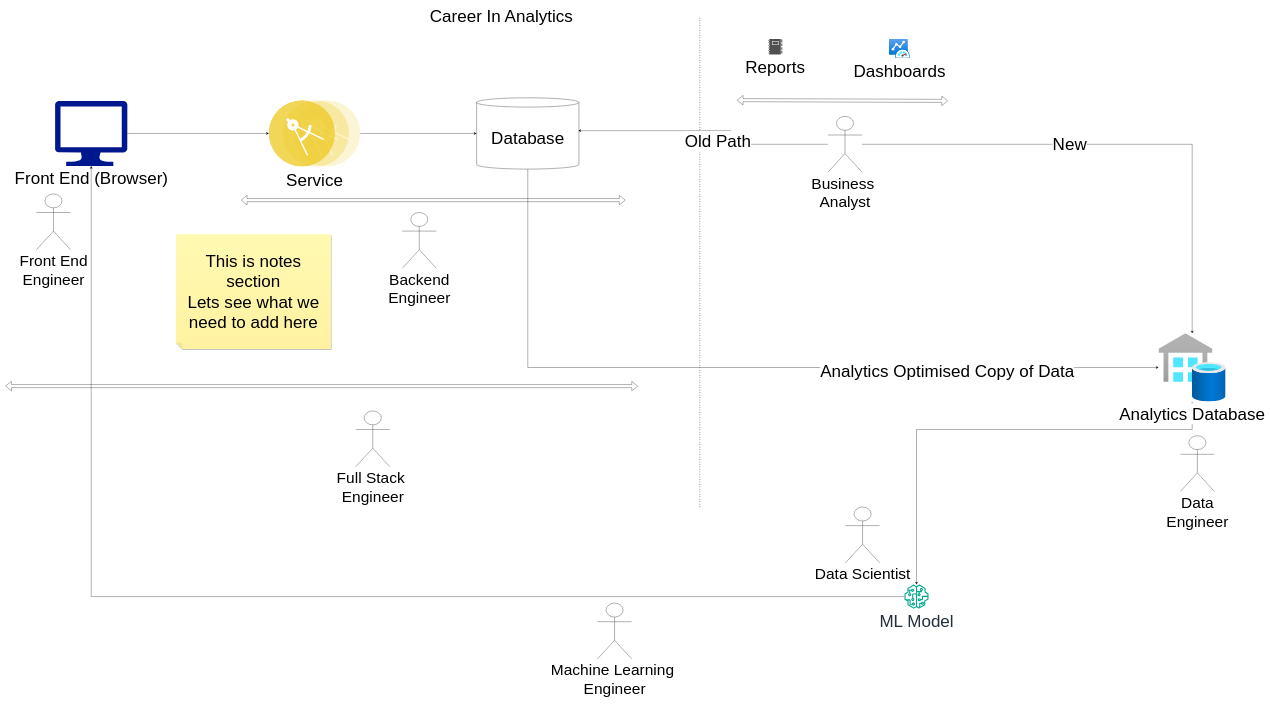
This is page "Presentation" (3 of 3) of talks/iit-b/Career In Analytics.drawio from aTechGuide/draw.io, a draw.io file, before an edit. Source tidied: cells renumbered, new cells numbered last; positions are measured from the earlier drawing's top-left corner, leaving out a move shared by most shapes. Both pictures are drawn from the tidied source at 31%, with x=0, y=0 at pixel (5, 11).
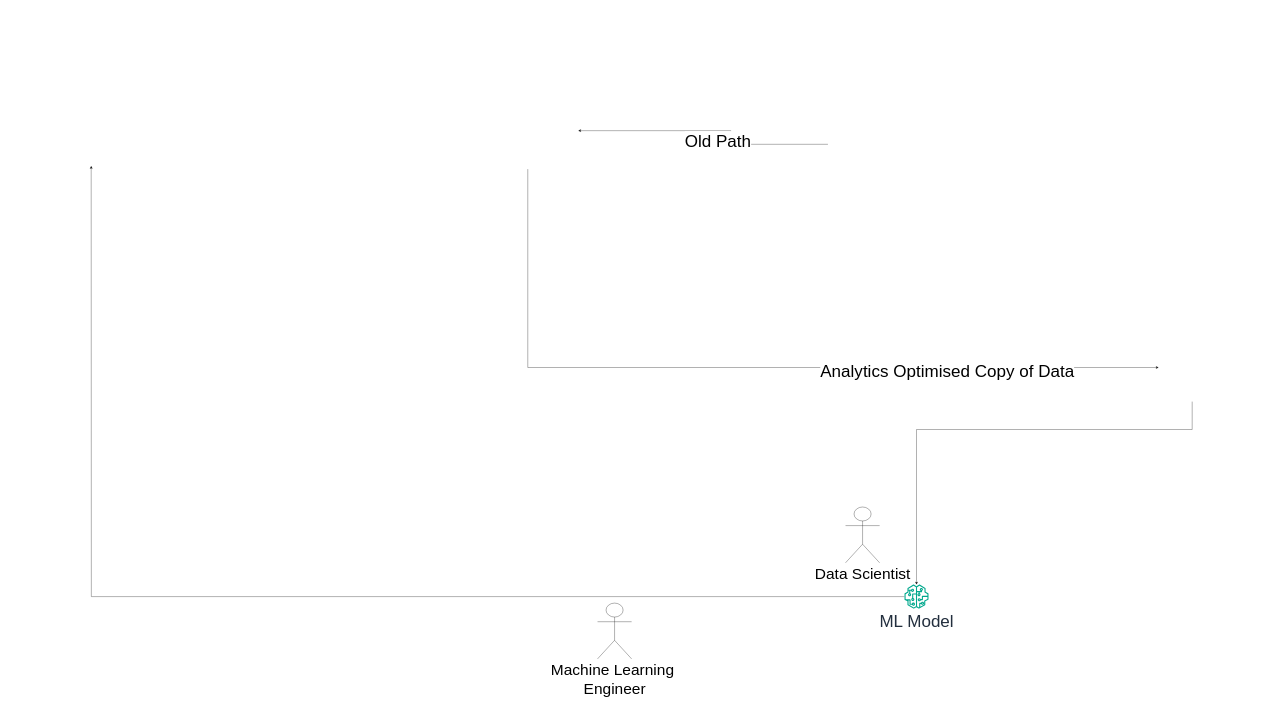
After the change.

The change refers to these unchanged cells:
```xml
<mxCell id="24" value="&lt;font style=&quot;font-size: 55px;&quot;&gt;ML Model&lt;/font&gt;" style="sketch=0;outlineConnect=0;fontColor=#232F3E;gradientColor=none;fillColor=#01A88D;strokeColor=none;dashed=0;verticalLabelPosition=bottom;verticalAlign=top;align=center;html=1;fontSize=12;fontStyle=0;shape=mxgraph.aws4.sagemaker_model;" parent="1" vertex="1">
  <mxGeometry x="2900" y="1850" width="78" height="78" as="geometry" />
</mxCell>
```

Change to the diagram source:
```diff
@@
-    <mxCell id="2" value="&lt;font style=&quot;font-size: 55px;&quot;&gt;Career In Analytics&lt;/font&gt;" style="text;html=1;strokeColor=none;fillColor=none;align=center;verticalAlign=middle;whiteSpace=wrap;rounded=0;" parent="1" vertex="1">
-      <mxGeometry x="1320" width="560" height="30" as="geometry" />
-    </mxCell>
-    <mxCell id="3" style="edgeStyle=orthogonalEdgeStyle;rounded=0;jettySize=auto;html=1;entryX=0;entryY=0.5;entryDx=0;entryDy=0;" parent="1" edge="1" source="4" target="6">
-      <mxGeometry relative="1" as="geometry" />
-    </mxCell>
-    <mxCell id="4" value="&lt;font style=&quot;font-size: 55px;&quot;&gt;Front End (Browser)&lt;/font&gt;" style="sketch=0;shadow=0;dashed=0;html=1;strokeColor=none;labelPosition=center;verticalLabelPosition=bottom;verticalAlign=top;align=center;fillColor=#00188D;shape=mxgraph.azure.computer;" parent="1" vertex="1">
-      <mxGeometry x="160" y="290" width="233.3" height="210" as="geometry" />
-    </mxCell>
-    <mxCell id="5" style="edgeStyle=orthogonalEdgeStyle;rounded=0;jettySize=auto;html=1;" parent="1" edge="1" source="6" target="8">
-      <mxGeometry relative="1" as="geometry" />
-    </mxCell>
-    <mxCell id="6" value="&lt;font color=&quot;#000000&quot; style=&quot;font-size: 55px;&quot;&gt;Service&lt;/font&gt;" style="image;perimeter=ellipsePerimeter;html=1;align=center;shadow=0;dashed=0;fontColor=#4277BB;labelBackgroundColor=default;fontSize=12;spacingTop=3;image=img/lib/ibm/applications/microservice.svg;" parent="1" vertex="1">
-      <mxGeometry x="850" y="287.5" width="294.6" height="215" as="geometry" />
-    </mxCell>
-    <mxCell id="7" value="&lt;font style=&quot;font-size: 55px;&quot;&gt;Analytics Optimised Copy of Data&lt;/font&gt;" style="edgeStyle=orthogonalEdgeStyle;rounded=0;jettySize=auto;html=1;" parent="1" edge="1" source="8" target="10">
+    <mxCell id="7" value="&lt;font style=&quot;font-size: 55px;&quot;&gt;Analytics Optimised Copy of Data&lt;/font&gt;" style="edgeStyle=orthogonalEdgeStyle;rounded=0;orthogonalLoop=1;jettySize=auto;html=1;" parent="1" edge="1">
       <mxGeometry x="0.49" y="-10" relative="1" as="geometry">
+        <mxPoint x="1685" y="510" as="sourcePoint" />
+        <mxPoint x="3720" y="1150" as="targetPoint" />
         <Array as="points">
           <mxPoint x="1685" y="1150" />
         </Array>
       </mxGeometry>
     </mxCell>
-    <mxCell id="8" value="&lt;font style=&quot;font-size: 55px;&quot;&gt;Database&lt;/font&gt;" style="shape=cylinder3;whiteSpace=wrap;html=1;boundedLbl=1;backgroundOutline=1;size=15;" parent="1" vertex="1">
-      <mxGeometry x="1520" y="280" width="330" height="230" as="geometry" />
-    </mxCell>
-    <mxCell id="9" style="edgeStyle=orthogonalEdgeStyle;rounded=0;jettySize=auto;html=1;" parent="1" edge="1" source="10" target="24">
+    <mxCell id="9" style="edgeStyle=orthogonalEdgeStyle;rounded=0;jettySize=auto;html=1;" parent="1" edge="1" target="24">
       <mxGeometry relative="1" as="geometry">
+        <mxPoint x="3828.3" y="1260" as="sourcePoint" />
         <Array as="points">
           <mxPoint x="3828" y="1350" />
           <mxPoint x="2939" y="1350" />
         </Array>
       </mxGeometry>
     </mxCell>
-    <mxCell id="10" value="&lt;font style=&quot;font-size: 55px;&quot;&gt;Analytics Database&lt;/font&gt;" style="image;html=1;points=[];align=center;fontSize=12;image=img/lib/azure2/databases/SQL_Data_Warehouses.svg;" parent="1" vertex="1">
-      <mxGeometry x="3720" y="1040" width="216.6" height="220" as="geometry" />
-    </mxCell>
-    <mxCell id="11" style="shape=flexArrow;endArrow=classic;startArrow=classic;html=1;rounded=0;" parent="1" edge="1">
-      <mxGeometry relative="1" as="geometry">
-        <mxPoint x="760" y="610" as="sourcePoint" />
-        <mxPoint x="2000" y="610" as="targetPoint" />
-      </mxGeometry>
-    </mxCell>
-    <mxCell id="12" value="&lt;font style=&quot;font-size: 50px;&quot;&gt;Backend&lt;br&gt;Engineer&lt;br&gt;&lt;/font&gt;" style="shape=umlActor;verticalLabelPosition=bottom;verticalAlign=top;html=1;" parent="1" vertex="1">
-      <mxGeometry x="1280" y="650" width="110" height="180" as="geometry" />
-    </mxCell>
-    <mxCell id="13" value="&lt;font style=&quot;font-size: 50px;&quot;&gt;Front End&lt;br&gt;Engineer&lt;br&gt;&lt;/font&gt;" style="shape=umlActor;verticalLabelPosition=bottom;verticalAlign=top;html=1;" parent="1" vertex="1">
-      <mxGeometry x="100" y="590" width="110" height="180" as="geometry" />
-    </mxCell>
-    <mxCell id="14" style="shape=flexArrow;endArrow=classic;startArrow=classic;html=1;rounded=0;" parent="1" edge="1">
-      <mxGeometry relative="1" as="geometry">
-        <mxPoint y="1210" as="sourcePoint" />
-        <mxPoint x="2040" y="1210" as="targetPoint" />
-      </mxGeometry>
-    </mxCell>
-    <mxCell id="15" value="&lt;font style=&quot;font-size: 50px;&quot;&gt;Full Stack&amp;nbsp;&lt;br&gt;Engineer&lt;br&gt;&lt;/font&gt;" style="shape=umlActor;verticalLabelPosition=bottom;verticalAlign=top;html=1;" parent="1" vertex="1">
-      <mxGeometry x="1130" y="1290" width="110" height="180" as="geometry" />
-    </mxCell>
-    <mxCell id="16" style="endArrow=none;dashed=1;html=1;dashPattern=1 3;strokeWidth=2;rounded=0;" parent="1" edge="1">
-      <mxGeometry relative="1" as="geometry">
-        <mxPoint x="2240" y="1600" as="sourcePoint" />
-        <mxPoint x="2240" y="20" as="targetPoint" />
-      </mxGeometry>
-    </mxCell>
-    <mxCell id="17" value="&lt;font style=&quot;font-size: 55px;&quot;&gt;Reports&lt;/font&gt;" style="sketch=0;shadow=0;dashed=0;html=1;strokeColor=none;labelPosition=center;verticalLabelPosition=bottom;verticalAlign=top;align=center;fillColor=#505050;shape=mxgraph.mscae.intune.reports;" parent="1" vertex="1">
-      <mxGeometry x="2460" y="90" width="46" height="50" as="geometry" />
-    </mxCell>
-    <mxCell id="18" value="&lt;font style=&quot;font-size: 55px;&quot;&gt;Dashboards&lt;/font&gt;" style="image;html=1;align=center;fontSize=12;image=img/lib/azure2/other/Azure_Monitor_Dashboard.svg;" parent="1" vertex="1">
-      <mxGeometry x="2850" y="90" width="68" height="63.2" as="geometry" />
-    </mxCell>
-    <mxCell id="19" style="shape=flexArrow;endArrow=classic;startArrow=classic;html=1;rounded=0;" parent="1" edge="1">
-      <mxGeometry relative="1" as="geometry">
-        <mxPoint x="2360" y="287.5" as="sourcePoint" />
-        <mxPoint x="3040" y="290" as="targetPoint" />
-      </mxGeometry>
-    </mxCell>
-    <mxCell id="20" value="&lt;font style=&quot;font-size: 55px;&quot;&gt;New&lt;/font&gt;" style="edgeStyle=orthogonalEdgeStyle;rounded=0;jettySize=auto;html=1;" parent="1" edge="1" source="21" target="10">
-      <mxGeometry x="-0.2" relative="1" as="geometry" />
-    </mxCell>
-    <mxCell id="21" value="&lt;font style=&quot;font-size: 50px;&quot;&gt;Business&amp;nbsp;&lt;br&gt;Analyst&lt;br&gt;&lt;/font&gt;" style="shape=umlActor;verticalLabelPosition=bottom;verticalAlign=top;html=1;outlineConnect=0;" parent="1" vertex="1">
-      <mxGeometry x="2653.3" y="340" width="110" height="180" as="geometry" />
-    </mxCell>
-    <mxCell id="22" value="&lt;font style=&quot;font-size: 50px;&quot;&gt;Data&lt;br&gt;Engineer&lt;br&gt;&lt;/font&gt;" style="shape=umlActor;verticalLabelPosition=bottom;verticalAlign=top;html=1;" parent="1" vertex="1">
-      <mxGeometry x="3790" y="1370" width="110" height="180" as="geometry" />
-    </mxCell>
-    <mxCell id="23" style="edgeStyle=orthogonalEdgeStyle;rounded=0;jettySize=auto;html=1;" parent="1" edge="1" source="24" target="4">
-      <mxGeometry relative="1" as="geometry" />
+    <mxCell id="23" style="edgeStyle=orthogonalEdgeStyle;rounded=0;jettySize=auto;html=1;" parent="1" edge="1" source="24">
+      <mxGeometry relative="1" as="geometry">
+        <mxPoint x="276.7" y="500" as="targetPoint" />
+      </mxGeometry>
     </mxCell>
@@
-    <mxCell id="27" value="&lt;font style=&quot;font-size: 55px;&quot;&gt;Old Path&lt;/font&gt;" style="edgeStyle=orthogonalEdgeStyle;rounded=0;jettySize=auto;html=1;entryX=0.994;entryY=0.461;entryDx=0;entryDy=0;entryPerimeter=0;" parent="1" edge="1" source="21" target="8">
+    <mxCell id="27" value="&lt;font style=&quot;font-size: 55px;&quot;&gt;Old Path&lt;/font&gt;" style="edgeStyle=orthogonalEdgeStyle;rounded=0;orthogonalLoop=1;jettySize=auto;html=1;entryX=0.994;entryY=0.461;entryDx=0;entryDy=0;entryPerimeter=0;" parent="1" edge="1">
       <mxGeometry x="-0.06" y="34" relative="1" as="geometry">
+        <mxPoint x="2653.3" y="430" as="sourcePoint" />
+        <mxPoint x="1848" y="386" as="targetPoint" />
         <Array as="points">
           <mxPoint x="2340" y="430" />
           <mxPoint x="2340" y="386" />
         </Array>
       </mxGeometry>
     </mxCell>
-    <mxCell id="28" value="&lt;font style=&quot;font-size: 55px;&quot;&gt;This is notes section&lt;br&gt;Lets see what we need to add here&lt;br&gt;&lt;/font&gt;" style="shape=note;whiteSpace=wrap;html=1;backgroundOutline=1;fontColor=#000000;darkOpacity=0.05;fillColor=#FFF9B2;strokeColor=none;fillStyle=solid;direction=west;gradientDirection=north;gradientColor=#FFF2A1;shadow=1;size=20;" parent="1" vertex="1">
-      <mxGeometry x="550" y="720" width="500" height="370" as="geometry" />
-    </mxCell>
```
